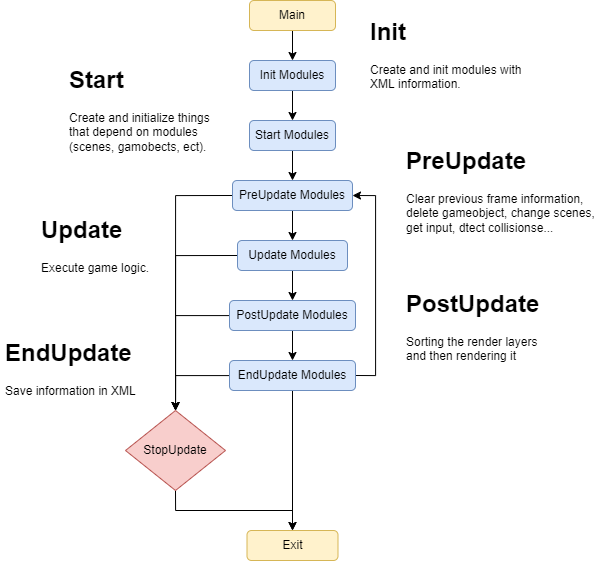
Before: img/wiki_img/TDD/Game Struct.png, a diagram exported from draw.io (Project2CITM/The-Last-Purifier). Source tidied: cells renumbered, new cells last; positions are measured from the earlier drawing's top-left corner, leaving out a move shared by most shapes. The source it was exported from:
```xml
<mxGraphModel>
  <root>
    <mxCell id="0" />
    <mxCell id="1" parent="0" />
    <mxCell id="2" style="edgeStyle=orthogonalEdgeStyle;rounded=0;jettySize=auto;html=1;exitX=0.5;exitY=1;exitDx=0;exitDy=0;entryX=0.5;entryY=0;entryDx=0;entryDy=0;" parent="1" edge="1" source="3" target="9">
      <mxGeometry relative="1" as="geometry" />
    </mxCell>
    <mxCell id="3" value="Main" style="rounded=1;whiteSpace=wrap;html=1;fillColor=#fff2cc;strokeColor=#d6b656;" parent="1" vertex="1">
      <mxGeometry x="249" width="86" height="30" as="geometry" />
    </mxCell>
    <mxCell id="4" style="edgeStyle=orthogonalEdgeStyle;rounded=0;jettySize=auto;html=1;exitX=0.5;exitY=1;exitDx=0;exitDy=0;" parent="1" edge="1" source="6" target="17">
      <mxGeometry relative="1" as="geometry" />
    </mxCell>
    <mxCell id="5" style="edgeStyle=orthogonalEdgeStyle;rounded=0;jettySize=auto;html=1;exitX=0;exitY=0.5;exitDx=0;exitDy=0;entryX=0.5;entryY=0;entryDx=0;entryDy=0;" parent="1" edge="1" source="6" target="23">
      <mxGeometry relative="1" as="geometry" />
    </mxCell>
    <mxCell id="6" value="Update Modules" style="rounded=1;whiteSpace=wrap;html=1;fillColor=#dae8fc;strokeColor=#6c8ebf;" parent="1" vertex="1">
      <mxGeometry x="237" y="240" width="110" height="30" as="geometry" />
    </mxCell>
    <mxCell id="7" value="Exit" style="rounded=1;whiteSpace=wrap;html=1;fillColor=#fff2cc;strokeColor=#d6b656;" parent="1" vertex="1">
      <mxGeometry x="246.5" y="530" width="91" height="30" as="geometry" />
    </mxCell>
    <mxCell id="8" style="edgeStyle=orthogonalEdgeStyle;rounded=0;jettySize=auto;html=1;exitX=0.5;exitY=1;exitDx=0;exitDy=0;entryX=0.5;entryY=0;entryDx=0;entryDy=0;" parent="1" edge="1" source="9" target="11">
      <mxGeometry relative="1" as="geometry" />
    </mxCell>
    <mxCell id="9" value="Init Modules" style="rounded=1;whiteSpace=wrap;html=1;fillColor=#dae8fc;strokeColor=#6c8ebf;" parent="1" vertex="1">
      <mxGeometry x="249" y="60" width="86" height="30" as="geometry" />
    </mxCell>
    <mxCell id="10" style="edgeStyle=orthogonalEdgeStyle;rounded=0;jettySize=auto;html=1;exitX=0.5;exitY=1;exitDx=0;exitDy=0;" parent="1" edge="1" source="11" target="14">
      <mxGeometry relative="1" as="geometry" />
    </mxCell>
    <mxCell id="11" value="Start Modules" style="rounded=1;whiteSpace=wrap;html=1;fillColor=#dae8fc;strokeColor=#6c8ebf;" parent="1" vertex="1">
      <mxGeometry x="249" y="120" width="86" height="30" as="geometry" />
    </mxCell>
    <mxCell id="12" style="edgeStyle=orthogonalEdgeStyle;rounded=0;jettySize=auto;html=1;exitX=0.5;exitY=1;exitDx=0;exitDy=0;" parent="1" edge="1" source="14" target="6">
      <mxGeometry relative="1" as="geometry" />
    </mxCell>
    <mxCell id="13" style="edgeStyle=orthogonalEdgeStyle;rounded=0;jettySize=auto;html=1;exitX=0;exitY=0.5;exitDx=0;exitDy=0;entryX=0.5;entryY=0;entryDx=0;entryDy=0;" parent="1" edge="1" source="14" target="23">
      <mxGeometry relative="1" as="geometry" />
    </mxCell>
    <mxCell id="14" value="PreUpdate Modules" style="rounded=1;whiteSpace=wrap;html=1;fillColor=#dae8fc;strokeColor=#6c8ebf;" parent="1" vertex="1">
      <mxGeometry x="232" y="180" width="120" height="30" as="geometry" />
    </mxCell>
    <mxCell id="15" style="edgeStyle=orthogonalEdgeStyle;rounded=0;jettySize=auto;html=1;exitX=0.5;exitY=1;exitDx=0;exitDy=0;" parent="1" edge="1" source="17" target="21">
      <mxGeometry relative="1" as="geometry" />
    </mxCell>
    <mxCell id="16" style="edgeStyle=orthogonalEdgeStyle;rounded=0;jettySize=auto;html=1;" parent="1" edge="1" source="17" target="23">
      <mxGeometry relative="1" as="geometry" />
    </mxCell>
    <mxCell id="17" value="PostUpdate Modules" style="rounded=1;whiteSpace=wrap;html=1;fillColor=#dae8fc;strokeColor=#6c8ebf;" parent="1" vertex="1">
      <mxGeometry x="229" y="300" width="126" height="30" as="geometry" />
    </mxCell>
    <mxCell id="18" style="edgeStyle=orthogonalEdgeStyle;rounded=0;jettySize=auto;html=1;exitX=1;exitY=0.5;exitDx=0;exitDy=0;entryX=1;entryY=0.5;entryDx=0;entryDy=0;" parent="1" edge="1" source="21" target="14">
      <mxGeometry relative="1" as="geometry" />
    </mxCell>
    <mxCell id="19" style="edgeStyle=orthogonalEdgeStyle;rounded=0;jettySize=auto;html=1;exitX=0.5;exitY=1;exitDx=0;exitDy=0;" parent="1" edge="1" source="21" target="7">
      <mxGeometry relative="1" as="geometry" />
    </mxCell>
    <mxCell id="20" style="edgeStyle=orthogonalEdgeStyle;rounded=0;jettySize=auto;html=1;entryX=0.5;entryY=0;entryDx=0;entryDy=0;" parent="1" edge="1" source="21" target="23">
      <mxGeometry relative="1" as="geometry" />
    </mxCell>
    <mxCell id="21" value="EndUpdate Modules" style="rounded=1;whiteSpace=wrap;html=1;fillColor=#dae8fc;strokeColor=#6c8ebf;" parent="1" vertex="1">
      <mxGeometry x="229" y="360" width="126" height="30" as="geometry" />
    </mxCell>
    <mxCell id="22" style="edgeStyle=orthogonalEdgeStyle;rounded=0;jettySize=auto;html=1;exitX=0.5;exitY=1;exitDx=0;exitDy=0;" parent="1" edge="1" source="23" target="7">
      <mxGeometry relative="1" as="geometry" />
    </mxCell>
    <mxCell id="23" value="StopUpdate" style="rhombus;whiteSpace=wrap;html=1;fillColor=#f8cecc;strokeColor=#b85450;" parent="1" vertex="1">
      <mxGeometry x="125" y="410" width="100" height="80" as="geometry" />
    </mxCell>
    <mxCell id="24" value="&lt;h1&gt;Init&lt;/h1&gt;&lt;p&gt;Create and init modules with XML information.&lt;/p&gt;" style="text;html=1;strokeColor=none;fillColor=none;spacing=5;spacingTop=-20;whiteSpace=wrap;overflow=hidden;rounded=0;" parent="1" vertex="1">
      <mxGeometry x="365" y="12" width="176" height="99" as="geometry" />
    </mxCell>
    <mxCell id="25" value="&lt;h1&gt;Start&lt;/h1&gt;&lt;p&gt;Create and initialize things that depend on modules (scenes, gamobects, ect).&lt;/p&gt;" style="text;html=1;strokeColor=none;fillColor=none;spacing=5;spacingTop=-20;whiteSpace=wrap;overflow=hidden;rounded=0;" parent="1" vertex="1">
      <mxGeometry x="64" y="60" width="158" height="100" as="geometry" />
    </mxCell>
    <mxCell id="26" value="&lt;h1&gt;PreUpdate&lt;/h1&gt;&lt;p&gt;Clear previous frame information, delete gameobject, change scenes, get input,&amp;nbsp;dtect collisionse...&lt;/p&gt;" style="text;html=1;strokeColor=none;fillColor=none;spacing=5;spacingTop=-20;whiteSpace=wrap;overflow=hidden;rounded=0;" parent="1" vertex="1">
      <mxGeometry x="401" y="141" width="203" height="97" as="geometry" />
    </mxCell>
    <mxCell id="27" value="&lt;h1&gt;Update&lt;/h1&gt;&lt;p&gt;Execute game logic.&lt;/p&gt;" style="text;html=1;strokeColor=none;fillColor=none;spacing=5;spacingTop=-20;whiteSpace=wrap;overflow=hidden;rounded=0;" parent="1" vertex="1">
      <mxGeometry x="36" y="210" width="118" height="72" as="geometry" />
    </mxCell>
    <mxCell id="28" value="&lt;h1&gt;PostUpdate&lt;/h1&gt;&lt;p&gt;Sorting the render layers and then rendering it&lt;/p&gt;" style="text;html=1;strokeColor=none;fillColor=none;spacing=5;spacingTop=-20;whiteSpace=wrap;overflow=hidden;rounded=0;" parent="1" vertex="1">
      <mxGeometry x="401" y="284" width="149" height="81" as="geometry" />
    </mxCell>
    <mxCell id="29" value="&lt;h1&gt;EndUpdate&lt;/h1&gt;&lt;p&gt;Save information in XML&lt;/p&gt;" style="text;html=1;strokeColor=none;fillColor=none;spacing=5;spacingTop=-20;whiteSpace=wrap;overflow=hidden;rounded=0;" parent="1" vertex="1">
      <mxGeometry y="333" width="142" height="72" as="geometry" />
    </mxCell>
  </root>
</mxGraphModel>
```
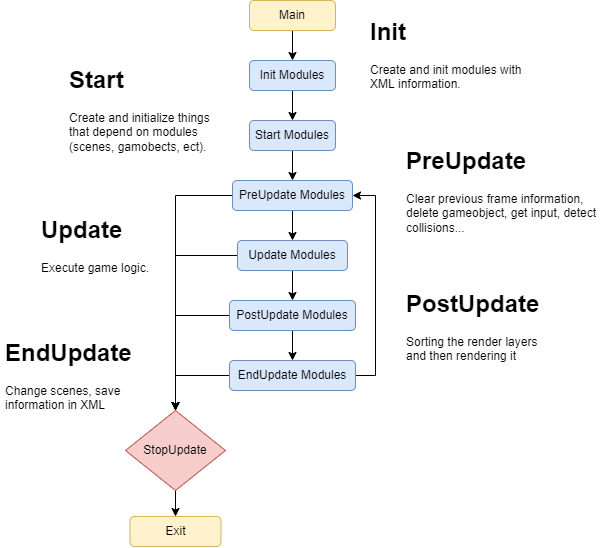
Later version of the same file.

Change to the diagram source:
```diff
@@ -18,7 +18,7 @@
       <mxGeometry x="237" y="240" width="110" height="30" as="geometry" />
     </mxCell>
     <mxCell id="7" value="Exit" style="rounded=1;whiteSpace=wrap;html=1;fillColor=#fff2cc;strokeColor=#d6b656;" parent="1" vertex="1">
-      <mxGeometry x="246.5" y="530" width="91" height="30" as="geometry" />
+      <mxGeometry x="129.5" y="516" width="91" height="30" as="geometry" />
     </mxCell>
     <mxCell id="8" style="edgeStyle=orthogonalEdgeStyle;rounded=0;jettySize=auto;html=1;exitX=0.5;exitY=1;exitDx=0;exitDy=0;entryX=0.5;entryY=0;entryDx=0;entryDy=0;" parent="1" edge="1" source="9" target="11">
       <mxGeometry relative="1" as="geometry" />
@@ -53,9 +53,6 @@
     <mxCell id="18" style="edgeStyle=orthogonalEdgeStyle;rounded=0;jettySize=auto;html=1;exitX=1;exitY=0.5;exitDx=0;exitDy=0;entryX=1;entryY=0.5;entryDx=0;entryDy=0;" parent="1" edge="1" source="21" target="14">
       <mxGeometry relative="1" as="geometry" />
     </mxCell>
-    <mxCell id="19" style="edgeStyle=orthogonalEdgeStyle;rounded=0;jettySize=auto;html=1;exitX=0.5;exitY=1;exitDx=0;exitDy=0;" parent="1" edge="1" source="21" target="7">
-      <mxGeometry relative="1" as="geometry" />
-    </mxCell>
     <mxCell id="20" style="edgeStyle=orthogonalEdgeStyle;rounded=0;jettySize=auto;html=1;entryX=0.5;entryY=0;entryDx=0;entryDy=0;" parent="1" edge="1" source="21" target="23">
       <mxGeometry relative="1" as="geometry" />
     </mxCell>
@@ -74,7 +71,7 @@
     <mxCell id="25" value="&lt;h1&gt;Start&lt;/h1&gt;&lt;p&gt;Create and initialize things that depend on modules (scenes, gamobects, ect).&lt;/p&gt;" style="text;html=1;strokeColor=none;fillColor=none;spacing=5;spacingTop=-20;whiteSpace=wrap;overflow=hidden;rounded=0;" parent="1" vertex="1">
       <mxGeometry x="64" y="60" width="158" height="100" as="geometry" />
     </mxCell>
-    <mxCell id="26" value="&lt;h1&gt;PreUpdate&lt;/h1&gt;&lt;p&gt;Clear previous frame information, delete gameobject, change scenes, get input,&amp;nbsp;dtect collisionse...&lt;/p&gt;" style="text;html=1;strokeColor=none;fillColor=none;spacing=5;spacingTop=-20;whiteSpace=wrap;overflow=hidden;rounded=0;" parent="1" vertex="1">
+    <mxCell id="26" value="&lt;h1&gt;PreUpdate&lt;/h1&gt;&lt;p&gt;Clear previous frame information, delete gameobject, get input,&amp;nbsp;detect collisions...&lt;/p&gt;" style="text;html=1;strokeColor=none;fillColor=none;spacing=5;spacingTop=-20;whiteSpace=wrap;overflow=hidden;rounded=0;" parent="1" vertex="1">
       <mxGeometry x="401" y="141" width="203" height="97" as="geometry" />
     </mxCell>
     <mxCell id="27" value="&lt;h1&gt;Update&lt;/h1&gt;&lt;p&gt;Execute game logic.&lt;/p&gt;" style="text;html=1;strokeColor=none;fillColor=none;spacing=5;spacingTop=-20;whiteSpace=wrap;overflow=hidden;rounded=0;" parent="1" vertex="1">
@@ -83,8 +80,8 @@
     <mxCell id="28" value="&lt;h1&gt;PostUpdate&lt;/h1&gt;&lt;p&gt;Sorting the render layers and then rendering it&lt;/p&gt;" style="text;html=1;strokeColor=none;fillColor=none;spacing=5;spacingTop=-20;whiteSpace=wrap;overflow=hidden;rounded=0;" parent="1" vertex="1">
       <mxGeometry x="401" y="284" width="149" height="81" as="geometry" />
     </mxCell>
-    <mxCell id="29" value="&lt;h1&gt;EndUpdate&lt;/h1&gt;&lt;p&gt;Save information in XML&lt;/p&gt;" style="text;html=1;strokeColor=none;fillColor=none;spacing=5;spacingTop=-20;whiteSpace=wrap;overflow=hidden;rounded=0;" parent="1" vertex="1">
-      <mxGeometry y="333" width="142" height="72" as="geometry" />
+    <mxCell id="29" value="&lt;h1&gt;EndUpdate&lt;/h1&gt;&lt;p&gt;Change scenes, save information in XML&lt;/p&gt;" style="text;html=1;strokeColor=none;fillColor=none;spacing=5;spacingTop=-20;whiteSpace=wrap;overflow=hidden;rounded=0;" parent="1" vertex="1">
+      <mxGeometry y="333" width="142" height="81" as="geometry" />
     </mxCell>
   </root>
 </mxGraphModel>
```
